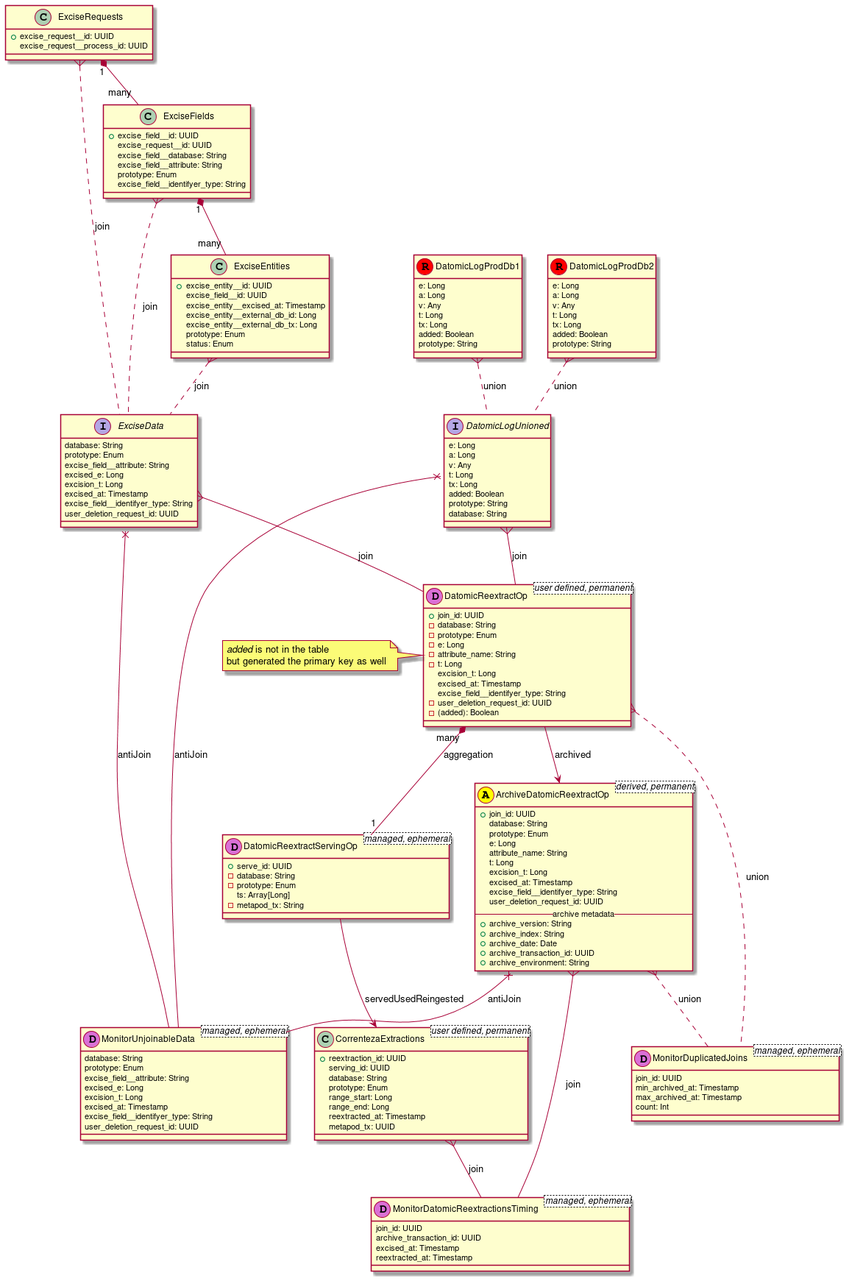
The PlantUML diagram etl_operators/DatomicDeletionERD.png in NavyaG-lab/Tech-writer, before a commit. The source it was exported from:
```plantuml
@startuml

class ExciseRequests {
        +excise_request__id: UUID
        excise_request__process_id: UUID
}

class ExciseFields {
        +excise_field__id: UUID
        excise_request__id: UUID
        excise_field__database: String
        excise_field__attribute: String
        prototype: Enum
        excise_field__identifyer_type: String
}

class ExciseEntities {
        +excise_entity__id: UUID
        excise_field__id: UUID
        excise_entity__excised_at: Timestamp
        excise_entity__external_db_id: Long
        excise_entity__external_db_tx: Long
        prototype: Enum
        status: Enum
}

Interface ExciseData {
database: String
prototype: Enum
excise_field__attribute: String
excised_e: Long
excision_t: Long
excised_at: Timestamp
excise_field__identifyer_type: String
user_deletion_request_id: UUID
}

class DatomicLogProdDb1 << (R,red) >>{
        e: Long
        a: Long
        v: Any
        t: Long
        tx: Long
        added: Boolean
        prototype: String
}

class DatomicLogProdDb2 << (R,red) >>{
        e: Long
        a: Long
        v: Any
        t: Long
        tx: Long
        added: Boolean
        prototype: String
}

Interface DatomicLogUnioned {
e: Long
a: Long
v: Any
t: Long
tx: Long
added: Boolean
prototype: String
database: String
}

class DatomicReextractOp <user defined, permanent><< (D,orchid) >>{
        +join_id: UUID
        -database: String
        -prototype: Enum
        -e: Long
        -attribute_name: String
        -t: Long
        excision_t: Long
        excised_at: Timestamp
        excise_field__identifyer_type: String
        -user_deletion_request_id: UUID
        {field} -(added): Boolean
}
note left
        <i>added</i> is not in the table
        but generated the primary key as well
end note

class ArchiveDatomicReextractOp <derived, permanent><< (A,yellow) >>{
        +join_id: UUID
        database: String
        prototype: Enum
        e: Long
        attribute_name: String
        t: Long
        excision_t: Long
        excised_at: Timestamp
        excise_field__identifyer_type: String
        user_deletion_request_id: UUID
        -- archive metadata --
        +archive_version: String
        +archive_index: String
        +archive_date: Date
        +archive_transaction_id: UUID
        +archive_environment: String
}

class DatomicReextractServingOp <managed, ephemeral><< (D,orchid) >>{
        +serve_id: UUID
        -database: String
        -prototype: Enum
        ts: Array[Long]
        -metapod_tx: String
}

class CorrentezaExtractions <user defined, permanent>{
        +reextraction_id: UUID
        serving_id: UUID
        database: String
        prototype: Enum
        range_start: Long
        range_end: Long
        reextracted_at: Timestamp
        metapod_tx: UUID
}

class MonitorDatomicReextractionsTiming <managed, ephemeral><< (D,orchid) >>{
        join_id: UUID
        archive_transaction_id: UUID
        excised_at: Timestamp
        reextracted_at: Timestamp
}

class MonitorUnjoinableData <managed, ephemeral><< (D,orchid) >>{
        database: String
        prototype: Enum
        excise_field__attribute: String
        excised_e: Long
        excision_t: Long
        excised_at: Timestamp
        excise_field__identifyer_type: String
        user_deletion_request_id: UUID
}

class MonitorDuplicatedJoins <managed, ephemeral><< (D, orchid) >>{
        join_id: UUID
        min_archived_at: Timestamp
        max_archived_at: Timestamp
        count: Int
}

ExciseRequests "1" *-- "many" ExciseFields
ExciseFields "1" *-- "many" ExciseEntities
ExciseRequests }.. ExciseData: join
ExciseFields }.. ExciseData: join
ExciseEntities }.. ExciseData: join
DatomicLogProdDb1 }.. DatomicLogUnioned: union
DatomicLogProdDb2 }.. DatomicLogUnioned: union
ExciseData }-- DatomicReextractOp: join
DatomicLogUnioned }-- DatomicReextractOp: join
DatomicReextractOp "many" *-- "1" DatomicReextractServingOp: aggregation
DatomicReextractOp --> ArchiveDatomicReextractOp: archived
DatomicReextractServingOp --> CorrentezaExtractions: servedUsedReingested
CorrentezaExtractions }-- MonitorDatomicReextractionsTiming: join
ArchiveDatomicReextractOp }-- MonitorDatomicReextractionsTiming: join
ExciseData x-- MonitorUnjoinableData: antiJoin
DatomicLogUnioned x-- MonitorUnjoinableData: antiJoin
ArchiveDatomicReextractOp x-- MonitorUnjoinableData: antiJoin
DatomicReextractOp }.. MonitorDuplicatedJoins: union
ArchiveDatomicReextractOp }.. MonitorDuplicatedJoins: union
@enduml
```
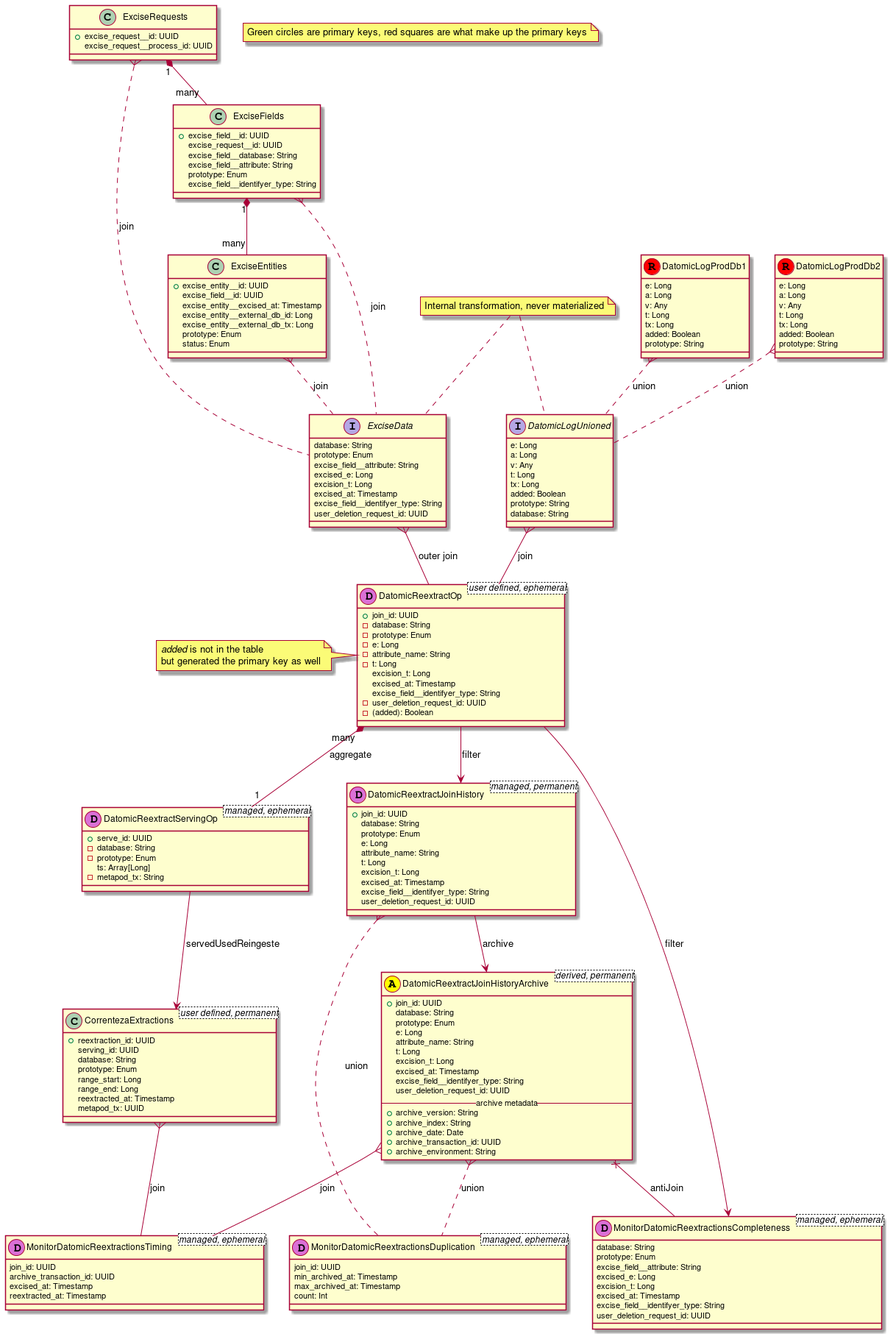
Later version of the same file.

Commit message:
Update documentation to new state of the system (#379)

* Update documentation to new state of the system

* Update code example

Change to the diagram source:
```diff
@@ -35,6 +35,8 @@
 user_deletion_request_id: UUID
 }
 
+note "Internal transformation, never materialized" as n2
+
 class DatomicLogProdDb1 << (R,red) >>{
         e: Long
         a: Long
@@ -66,7 +68,7 @@
 database: String
 }
 
-class DatomicReextractOp <user defined, permanent><< (D,orchid) >>{
+class DatomicReextractOp <user defined, ephemeral><< (D,orchid) >>{
         +join_id: UUID
         -database: String
         -prototype: Enum
@@ -84,7 +86,20 @@
         but generated the primary key as well
 end note
 
-class ArchiveDatomicReextractOp <derived, permanent><< (A,yellow) >>{
+class DatomicReextractJoinHistory <managed, permanent><< (D,orchid) >>{
+        +join_id: UUID
+        database: String
+        prototype: Enum
+        e: Long
+        attribute_name: String
+        t: Long
+        excision_t: Long
+        excised_at: Timestamp
+        excise_field__identifyer_type: String
+        user_deletion_request_id: UUID
+}
+
+class DatomicReextractJoinHistoryArchive <derived, permanent><< (A,yellow) >>{
         +join_id: UUID
         database: String
         prototype: Enum
@@ -129,7 +144,7 @@
         reextracted_at: Timestamp
 }
 
-class MonitorUnjoinableData <managed, ephemeral><< (D,orchid) >>{
+class MonitorDatomicReextractionsCompleteness <managed, ephemeral><< (D,orchid) >>{
         database: String
         prototype: Enum
         excise_field__attribute: String
@@ -140,12 +155,16 @@
         user_deletion_request_id: UUID
 }
 
-class MonitorDuplicatedJoins <managed, ephemeral><< (D, orchid) >>{
+class MonitorDatomicReextractionsDuplication <managed, ephemeral><< (D, orchid) >>{
         join_id: UUID
         min_archived_at: Timestamp
         max_archived_at: Timestamp
         count: Int
 }
+
+Note "Green circles are primary keys, red squares are what make up the primary keys" as N1
+n2 .. DatomicLogUnioned
+n2 .. ExciseData
 
 ExciseRequests "1" *-- "many" ExciseFields
 ExciseFields "1" *-- "many" ExciseEntities
@@ -154,16 +173,16 @@
 ExciseEntities }.. ExciseData: join
 DatomicLogProdDb1 }.. DatomicLogUnioned: union
 DatomicLogProdDb2 }.. DatomicLogUnioned: union
-ExciseData }-- DatomicReextractOp: join
+ExciseData }-- DatomicReextractOp: outer join
 DatomicLogUnioned }-- DatomicReextractOp: join
-DatomicReextractOp "many" *-- "1" DatomicReextractServingOp: aggregation
-DatomicReextractOp --> ArchiveDatomicReextractOp: archived
-DatomicReextractServingOp --> CorrentezaExtractions: servedUsedReingested
+DatomicReextractOp "many" *-- "1" DatomicReextractServingOp: aggregate
+DatomicReextractOp --> DatomicReextractJoinHistory: filter
+DatomicReextractJoinHistory --> DatomicReextractJoinHistoryArchive: archive
+DatomicReextractServingOp --> CorrentezaExtractions: servedUsedReingeste
 CorrentezaExtractions }-- MonitorDatomicReextractionsTiming: join
-ArchiveDatomicReextractOp }-- MonitorDatomicReextractionsTiming: join
-ExciseData x-- MonitorUnjoinableData: antiJoin
-DatomicLogUnioned x-- MonitorUnjoinableData: antiJoin
-ArchiveDatomicReextractOp x-- MonitorUnjoinableData: antiJoin
-DatomicReextractOp }.. MonitorDuplicatedJoins: union
-ArchiveDatomicReextractOp }.. MonitorDuplicatedJoins: union
+DatomicReextractJoinHistoryArchive }-- MonitorDatomicReextractionsTiming: join
+DatomicReextractOp --> MonitorDatomicReextractionsCompleteness: filter
+DatomicReextractJoinHistoryArchive x-- MonitorDatomicReextractionsCompleteness: antiJoin
+DatomicReextractJoinHistory }.. MonitorDatomicReextractionsDuplication: union
+DatomicReextractJoinHistoryArchive }.. MonitorDatomicReextractionsDuplication: union
 @enduml
```
